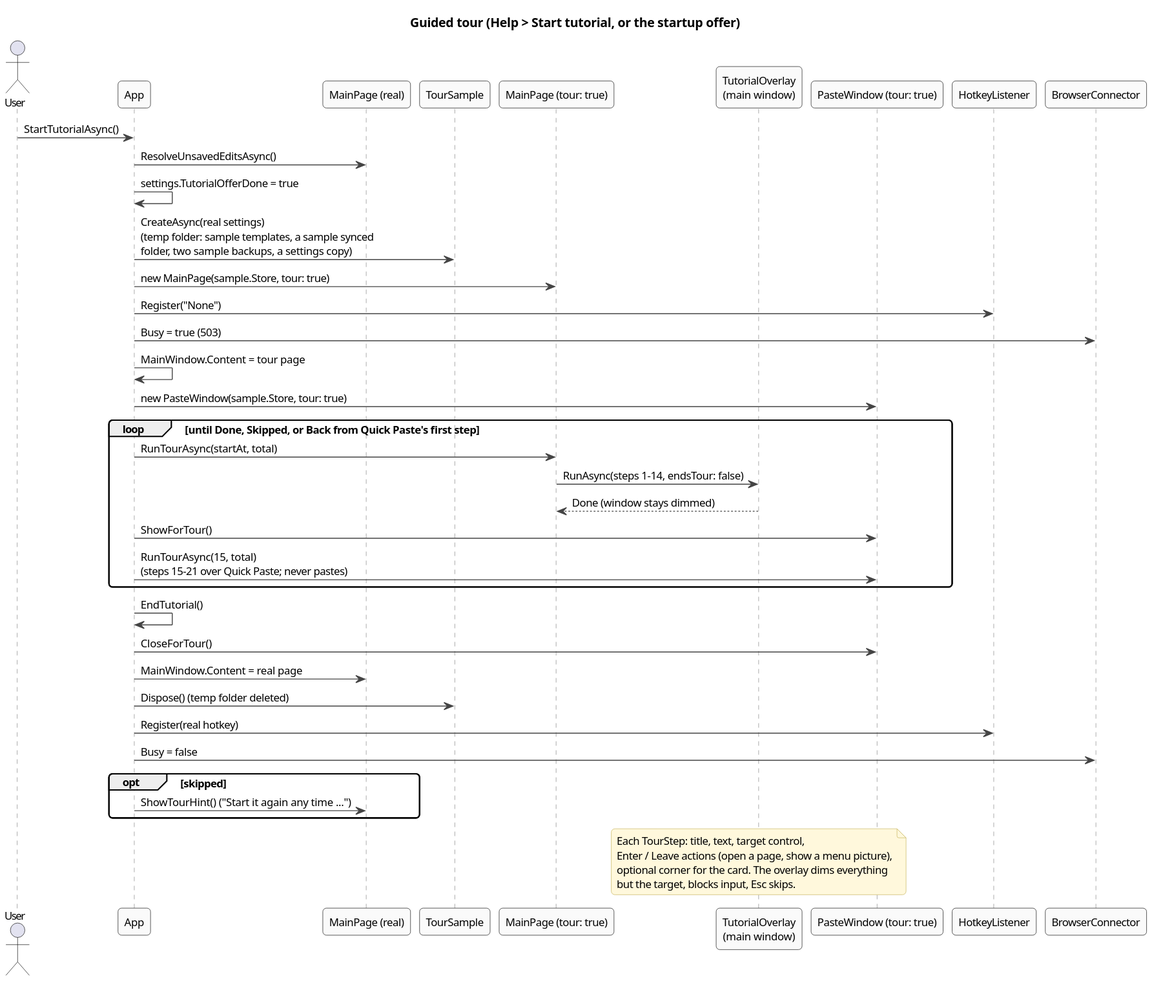
Earlier version of the PlantUML export docs/architecture/diagrams/seq-tour.svg (halatsWol/TextTemplateManager-v2). Source of this version:
```plantuml
@startuml
!include _style.iuml
title Guided tour (Help > Start tutorial, or the startup offer)

actor User
participant App
participant "MainPage (real)" as Real
participant TourSample
participant "MainPage (tour: true)" as TourPage
participant "TutorialOverlay\n(main window)" as Overlay
participant "PasteWindow (tour: true)" as TourQP
participant HotkeyListener
participant BrowserConnector

User -> App : StartTutorialAsync()
App -> Real : ResolveUnsavedEditsAsync()
App -> App : settings.TutorialOfferDone = true
App -> TourSample : CreateAsync(real settings)\n(temp folder: sample templates, a sample synced\nfolder, two sample backups, a settings copy)
App -> TourPage : new MainPage(sample.Store, tour: true)
App -> HotkeyListener : Register("None")
App -> BrowserConnector : Busy = true (503)
App -> App : MainWindow.Content = tour page
App -> TourQP : new PasteWindow(sample.Store, tour: true)
loop until Done, Skipped, or Back from Quick Paste's first step
  App -> TourPage : RunTourAsync(startAt, total)
  TourPage -> Overlay : RunAsync(steps 1-14, endsTour: false)
  Overlay --> TourPage : Done (window stays dimmed)
  App -> TourQP : ShowForTour()
  App -> TourQP : RunTourAsync(15, total)\n(steps 15-21 over Quick Paste; never pastes)
end
App -> App : EndTutorial()
App -> TourQP : CloseForTour()
App -> Real : MainWindow.Content = real page
App -> TourSample : Dispose() (temp folder deleted)
App -> HotkeyListener : Register(real hotkey)
App -> BrowserConnector : Busy = false
opt skipped
  App -> Real : ShowTourHint() ("Start it again any time ...")
end
note over Overlay
  Each TourStep: title, text, target control,
  Enter / Leave actions (open a page, show a menu picture),
  optional corner for the card. The overlay dims everything
  but the target, blocks input, Esc skips.
end note
@enduml
```
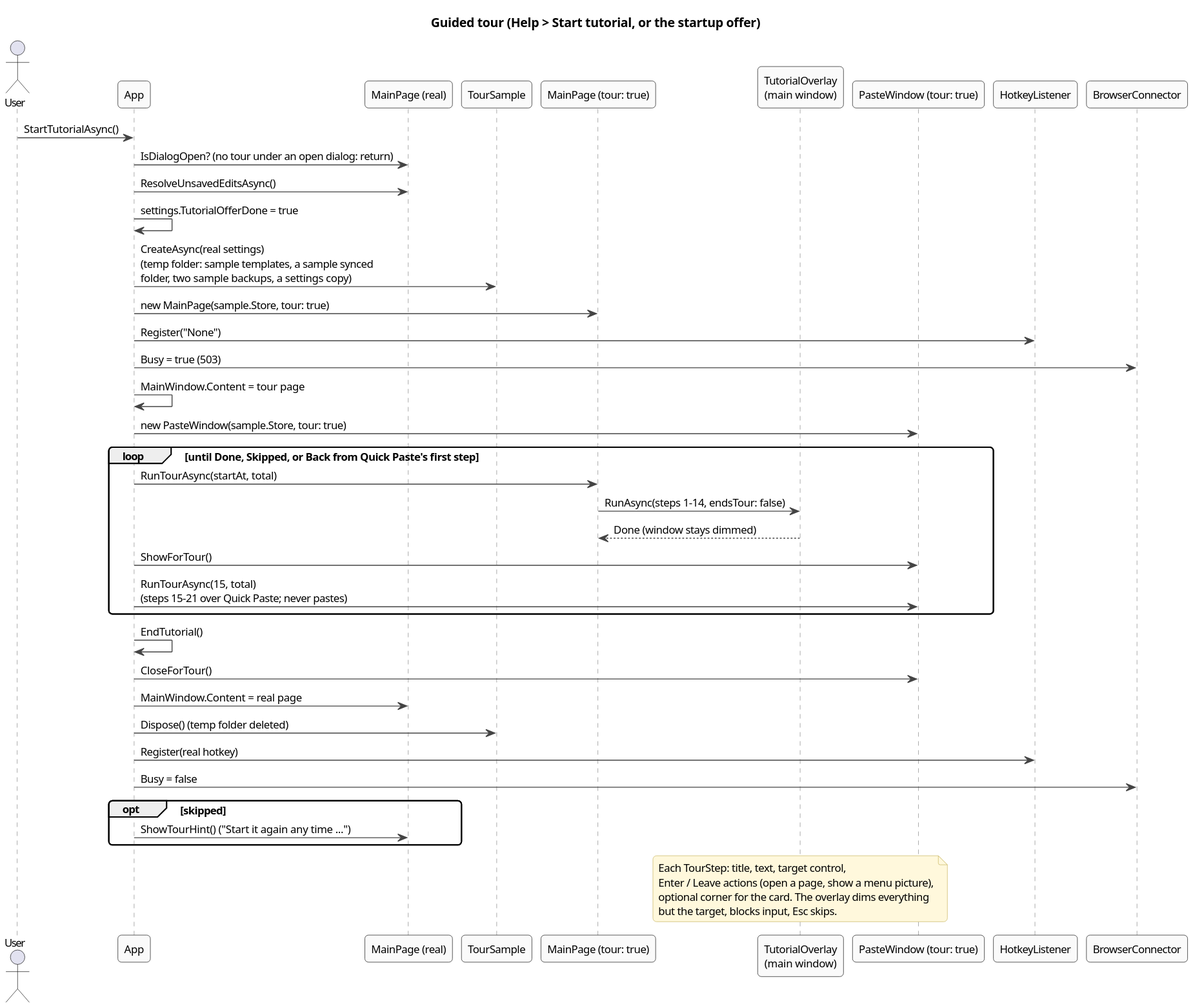
The same diagram one commit later.

Commit message:
tour: never starts under an open dialog; a waiting What s new goes to the real page

What changed in the source:
```diff
@@ -13,6 +13,7 @@
 participant BrowserConnector
 
 User -> App : StartTutorialAsync()
+App -> Real : IsDialogOpen? (no tour under an open dialog: return)
 App -> Real : ResolveUnsavedEditsAsync()
 App -> App : settings.TutorialOfferDone = true
 App -> TourSample : CreateAsync(real settings)\n(temp folder: sample templates, a sample synced\nfolder, two sample backups, a settings copy)
```
